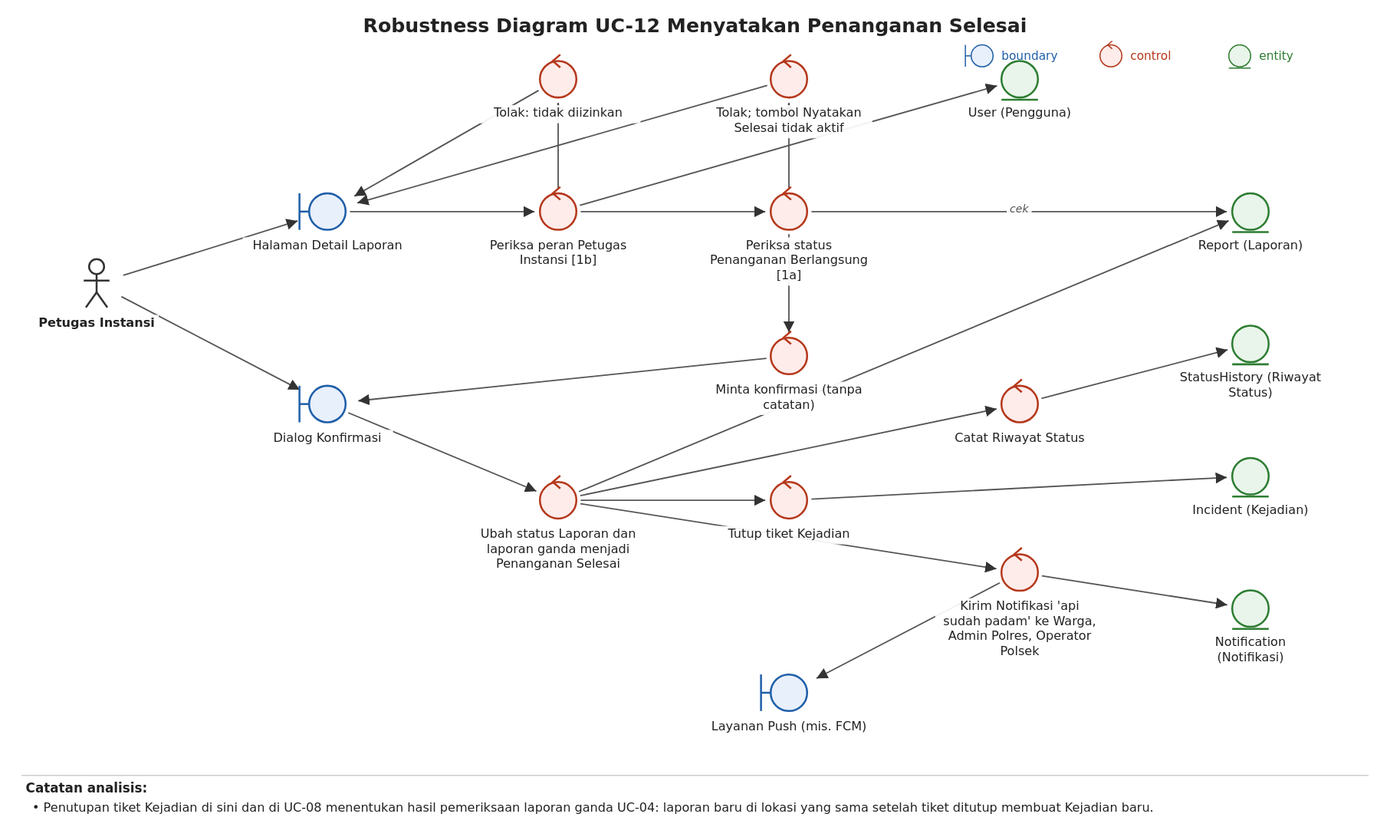
This is specs/011-uc12-resolve/iconix/uc12-robustness.svg from wirapatigilang/laporapi-api-web, a PlantUML export, as it was before one commit. Its source is kept beside it as specs/011-uc12-resolve/iconix/uc12-robustness.puml. Source of this version:
```plantuml
@startuml
left to right direction
title Robustness Diagram UC-12 Menyatakan Penanganan Selesai
actor "Petugas Instansi" as pet
boundary "Halaman Detail Laporan" as bDetail
boundary "Dialog Konfirmasi" as bKonf
control "Periksa peran Petugas Instansi [1b]" as cPeran
control "Tolak: tidak diizinkan" as cErrPeran
control "Periksa status Penanganan Berlangsung [1a]" as cStatus
control "Tolak; tombol Nyatakan Selesai tidak aktif" as cErrStatus
control "Minta konfirmasi (tanpa catatan)" as cKonf
control "Ubah status Laporan dan laporan ganda menjadi Penanganan Selesai" as cUbah
control "Tutup tiket Kejadian" as cTutup
control "Catat Riwayat Status" as cRiwayat
control "Kirim Notifikasi 'api sudah padam' ke Warga, Admin Polres, Operator Polsek" as cNotif
entity "User (Pengguna)" as ePengguna
entity "Report (Laporan)" as eLaporan
entity "Incident (Kejadian)" as eKejadian
entity "StatusHistory (Riwayat Status)" as eRiwayat
entity "Notification (Notifikasi)" as eNotif
boundary "Layanan Push (mis. FCM)" as bPush
pet --> bDetail
pet --> bKonf
bDetail --> cPeran
cPeran --> ePengguna
cPeran --> cErrPeran
cErrPeran --> bDetail
cPeran --> cStatus
cStatus --> eLaporan : cek
cStatus --> cErrStatus
cErrStatus --> bDetail
cStatus --> cKonf
cKonf --> bKonf
bKonf --> cUbah
cUbah --> eLaporan
cUbah --> cTutup
cTutup --> eKejadian
cUbah --> cRiwayat
cRiwayat --> eRiwayat
cUbah --> cNotif
cNotif --> eNotif
cNotif --> bPush
@enduml
```
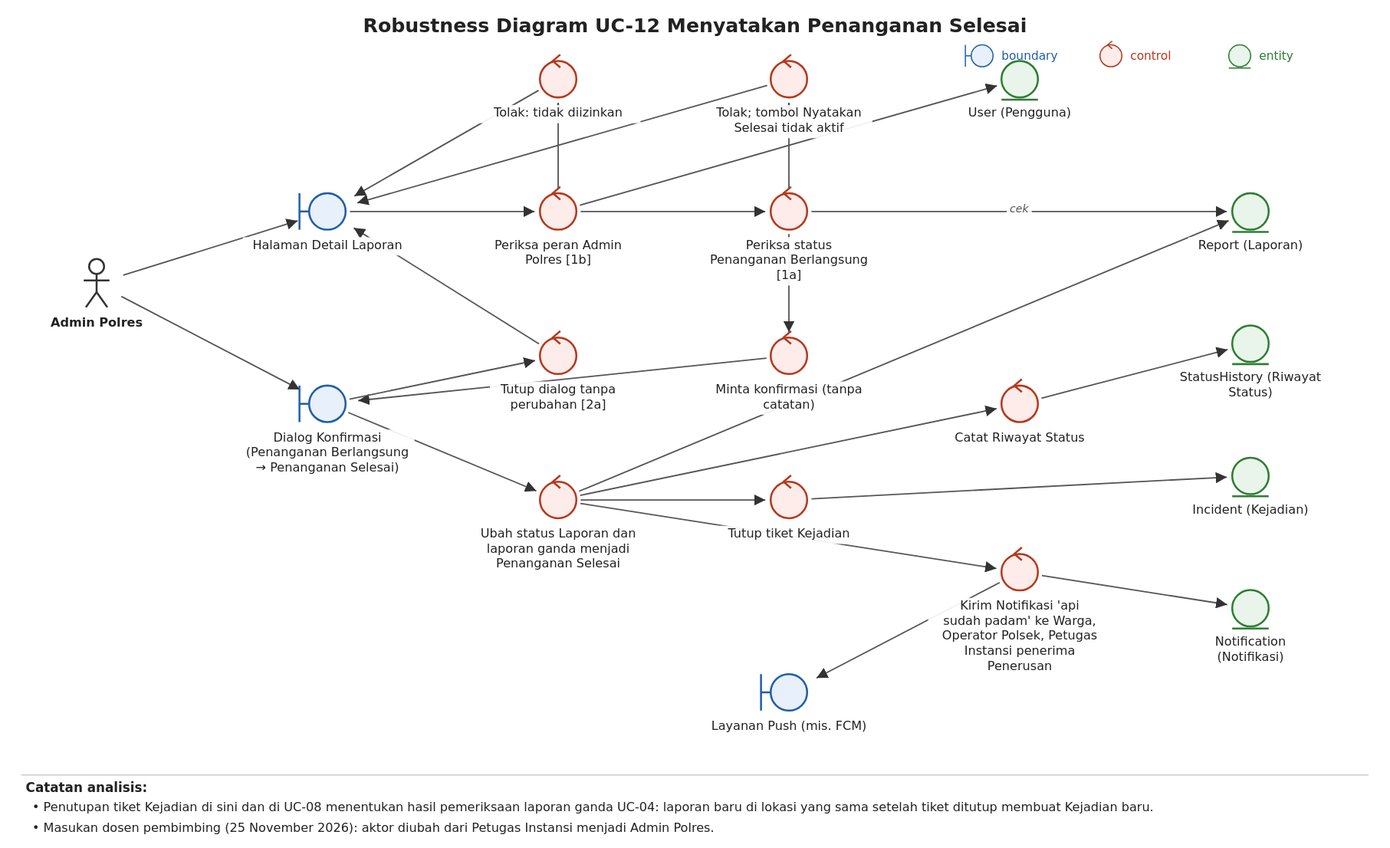
The same diagram one commit later.

Commit message:
Perbarui diagram robustness dan sequence UC-08 dan UC-12 sesuai masukan dosen

Diff of the diagram source:
```diff
@@ -1,10 +1,11 @@
 @startuml
 left to right direction
 title Robustness Diagram UC-12 Menyatakan Penanganan Selesai
-actor "Petugas Instansi" as pet
+actor "Admin Polres" as pet
 boundary "Halaman Detail Laporan" as bDetail
-boundary "Dialog Konfirmasi" as bKonf
-control "Periksa peran Petugas Instansi [1b]" as cPeran
+boundary "Dialog Konfirmasi (Penanganan Berlangsung → Penanganan Selesai)" as bKonf
+control "Periksa peran Admin Polres [1b]" as cPeran
+control "Tutup dialog tanpa perubahan [2a]" as cBatal
 control "Tolak: tidak diizinkan" as cErrPeran
 control "Periksa status Penanganan Berlangsung [1a]" as cStatus
 control "Tolak; tombol Nyatakan Selesai tidak aktif" as cErrStatus
@@ -12,7 +13,7 @@
 control "Ubah status Laporan dan laporan ganda menjadi Penanganan Selesai" as cUbah
 control "Tutup tiket Kejadian" as cTutup
 control "Catat Riwayat Status" as cRiwayat
-control "Kirim Notifikasi 'api sudah padam' ke Warga, Admin Polres, Operator Polsek" as cNotif
+control "Kirim Notifikasi 'api sudah padam' ke Warga, Operator Polsek, Petugas Instansi penerima Penerusan" as cNotif
 entity "User (Pengguna)" as ePengguna
 entity "Report (Laporan)" as eLaporan
 entity "Incident (Kejadian)" as eKejadian
@@ -31,6 +32,8 @@
 cErrStatus --> bDetail
 cStatus --> cKonf
 cKonf --> bKonf
+bKonf --> cBatal
+cBatal --> bDetail
 bKonf --> cUbah
 cUbah --> eLaporan
 cUbah --> cTutup
```
